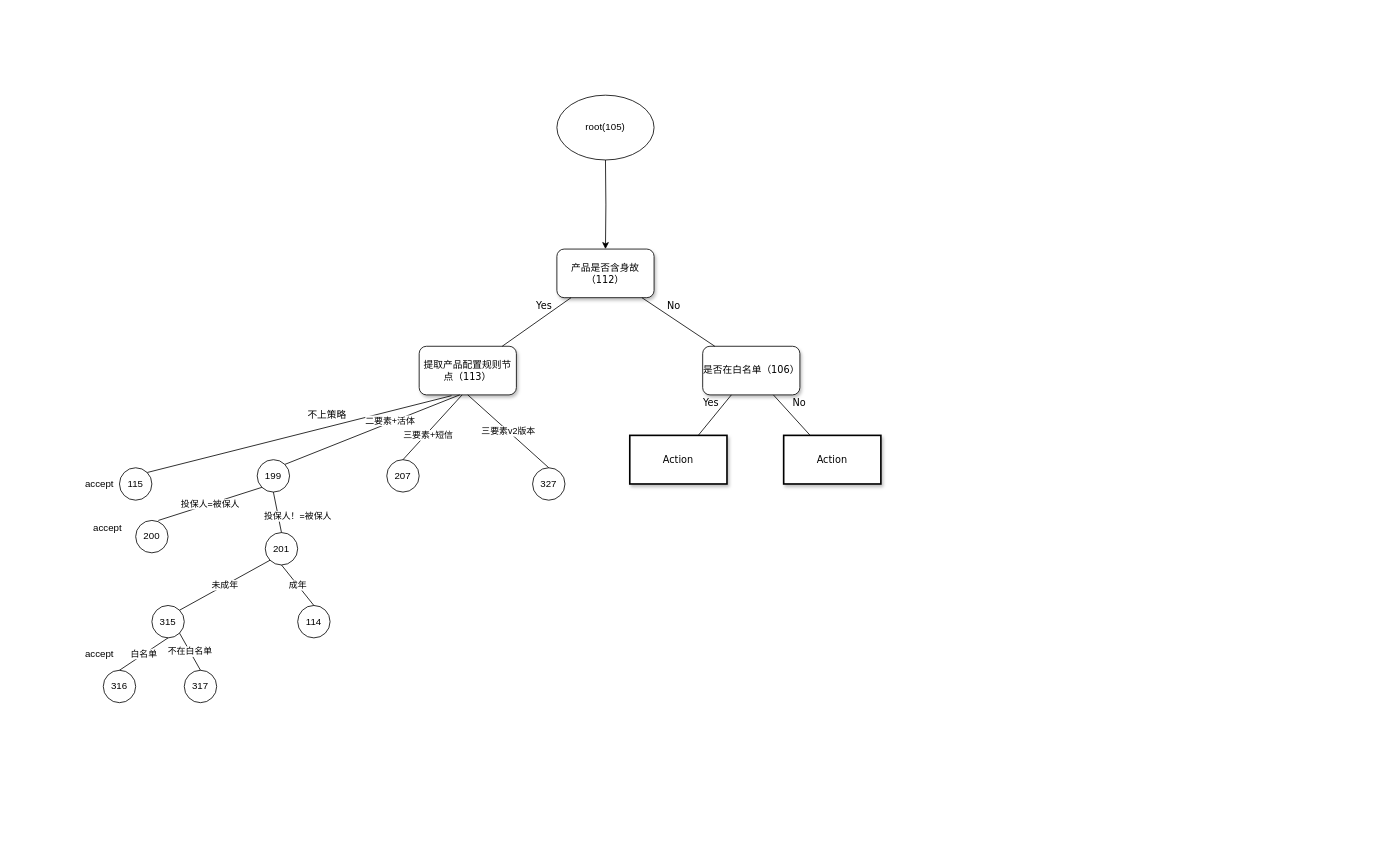
Above: 合规.drawio in North30/tupian (draw.io), before the change. Source tidied: cells renumbered, new cells numbered last; positions are measured from the earlier drawing's top-left corner, leaving out a move shared by most shapes. Both pictures are drawn from the tidied source at 81%, with x=0, y=0 at pixel (79, 95).
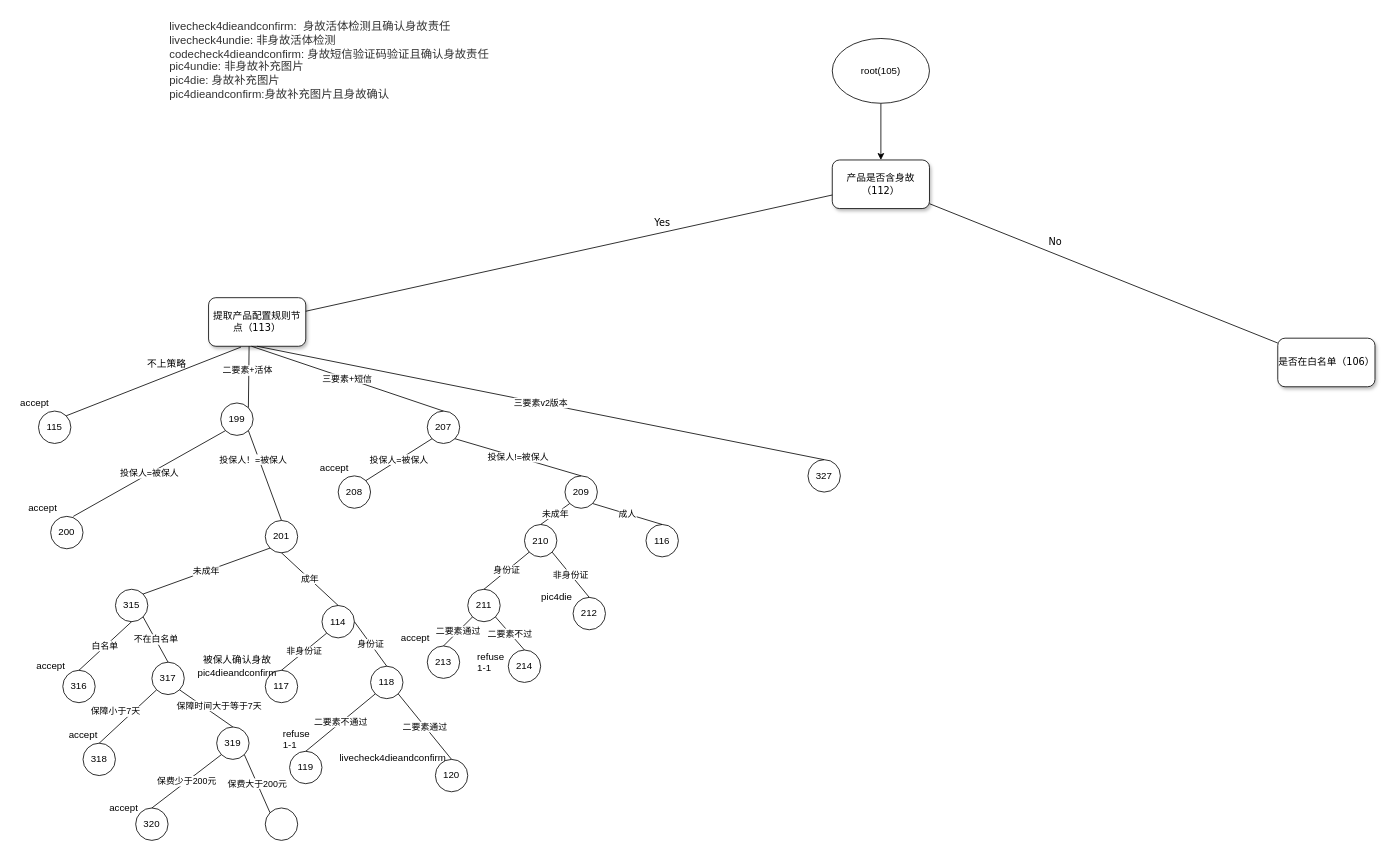
The same page after the edit.

The change refers to these unchanged cells:
```xml
<mxCell id="18" style="endArrow=none;html=1;entryX=0.442;entryY=1;entryDx=0;entryDy=0;entryPerimeter=0;exitX=0.5;exitY=0;exitDx=0;exitDy=0;" parent="1" edge="1" source="17" target="3">
  <mxGeometry relative="1" as="geometry" />
</mxCell>
```

What changed in the source:
```diff
@@
     <mxCell id="2" value="产品是否含身故（112）" style="whiteSpace=wrap;html=1;rounded=1;shadow=1;labelBackgroundColor=none;strokeWidth=1;fontFamily=Verdana;fontSize=12;align=center;" parent="1" vertex="1">
-      <mxGeometry x="590" y="190" width="120" height="60" as="geometry" />
+      <mxGeometry x="930" y="80" width="120" height="60" as="geometry" />
     </mxCell>
     <mxCell id="3" value="提取产品配置规则节点（113）" style="whiteSpace=wrap;html=1;rounded=1;shadow=1;labelBackgroundColor=none;strokeWidth=1;fontFamily=Verdana;fontSize=12;align=center;" parent="1" vertex="1">
-      <mxGeometry x="420" y="310" width="120" height="60" as="geometry" />
+      <mxGeometry x="160" y="250" width="120" height="60" as="geometry" />
     </mxCell>
     <mxCell id="4" value="是否在白名单（106）" style="whiteSpace=wrap;html=1;rounded=1;shadow=1;labelBackgroundColor=none;strokeWidth=1;fontFamily=Verdana;fontSize=12;align=center;" parent="1" vertex="1">
-      <mxGeometry x="770" y="310" width="120" height="60" as="geometry" />
+      <mxGeometry x="1480" y="300" width="120" height="60" as="geometry" />
     </mxCell>
@@
-    <mxCell id="7" value="&lt;span&gt;Action&lt;/span&gt;" style="whiteSpace=wrap;html=1;rounded=0;shadow=1;labelBackgroundColor=none;strokeWidth=2;fontFamily=Verdana;fontSize=12;align=center;" parent="1" vertex="1">
-      <mxGeometry x="680" y="420" width="120" height="60" as="geometry" />
-    </mxCell>
-    <mxCell id="8" value="&lt;span&gt;Action&lt;/span&gt;" style="whiteSpace=wrap;html=1;rounded=0;shadow=1;labelBackgroundColor=none;strokeWidth=2;fontFamily=Verdana;fontSize=12;align=center;" parent="1" vertex="1">
-      <mxGeometry x="870" y="420" width="120" height="60" as="geometry" />
-    </mxCell>
@@
-    <mxCell id="10" value="Yes" style="rounded=0;html=1;labelBackgroundColor=none;startArrow=none;startFill=0;startSize=5;endArrow=none;endFill=0;endSize=5;jettySize=auto;strokeWidth=1;fontFamily=Verdana;fontSize=12;" parent="1" edge="1" source="4" target="7">
-      <mxGeometry x="-0.26" y="-13" relative="1" as="geometry" />
-    </mxCell>
-    <mxCell id="11" value="No" style="rounded=0;html=1;labelBackgroundColor=none;startArrow=none;startFill=0;startSize=5;endArrow=none;endFill=0;endSize=5;jettySize=auto;strokeWidth=1;fontFamily=Verdana;fontSize=12;" parent="1" edge="1" source="4" target="8">
-      <mxGeometry x="-0.13" y="17" relative="1" as="geometry" />
-    </mxCell>
+    <mxCell id="37" style="edgeStyle=orthogonalEdgeStyle;rounded=0;jettySize=auto;html=1;" parent="1" edge="1" source="12" target="2">
+      <mxGeometry relative="1" as="geometry" />
+    </mxCell>
     <mxCell id="12" value="root(105)" style="ellipse;whiteSpace=wrap;html=1;" parent="1" vertex="1">
-      <mxGeometry x="590" width="120" height="80" as="geometry" />
+      <mxGeometry x="930" y="-70" width="120" height="80" as="geometry" />
     </mxCell>
-    <mxCell id="13" style="edgeStyle=orthogonalEdgeStyle;rounded=0;jettySize=auto;html=1;entryX=0.5;entryY=0;entryDx=0;entryDy=0;" parent="1" edge="1" target="2">
-      <mxGeometry relative="1" as="geometry">
-        <mxPoint x="650" y="80" as="sourcePoint" />
-      </mxGeometry>
-    </mxCell>
@@
     <mxCell id="15" value="115" style="ellipse;whiteSpace=wrap;html=1;" parent="1" vertex="1">
-      <mxGeometry x="50" y="460" width="40" height="40" as="geometry" />
+      <mxGeometry x="-50" y="390" width="40" height="40" as="geometry" />
     </mxCell>
     <mxCell id="16" value="199" style="ellipse;whiteSpace=wrap;html=1;" parent="1" vertex="1">
-      <mxGeometry x="220" y="450" width="40" height="40" as="geometry" />
+      <mxGeometry x="175" y="380" width="40" height="40" as="geometry" />
     </mxCell>
     <mxCell id="17" value="207" style="ellipse;whiteSpace=wrap;html=1;" parent="1" vertex="1">
-      <mxGeometry x="380" y="450" width="40" height="40" as="geometry" />
+      <mxGeometry x="430" y="390" width="40" height="40" as="geometry" />
     </mxCell>
@@
     <mxCell id="19" value="三要素+短信" style="edgeLabel;html=1;align=center;verticalAlign=middle;" parent="18" vertex="1">
       <mxGeometry x="0.24" y="1" relative="1" as="geometry">
-        <mxPoint x="-14.4" y="20.1" as="offset" />
+        <mxPoint x="27.2" y="8.6" as="offset" />
       </mxGeometry>
     </mxCell>
     <mxCell id="20" value="327" style="ellipse;whiteSpace=wrap;html=1;" parent="1" vertex="1">
-      <mxGeometry x="560" y="460" width="40" height="40" as="geometry" />
+      <mxGeometry x="900" y="450" width="40" height="40" as="geometry" />
     </mxCell>
@@
     <mxCell id="22" value="accept" style="text;html=1;align=center;verticalAlign=middle;" parent="1" vertex="1">
-      <mxGeometry y="470" width="50" height="20" as="geometry" />
+      <mxGeometry x="-80" y="370" width="50" height="20" as="geometry" />
     </mxCell>
     <mxCell id="23" value="200" style="ellipse;whiteSpace=wrap;html=1;" parent="1" vertex="1">
-      <mxGeometry x="70" y="525" width="40" height="40" as="geometry" />
+      <mxGeometry x="-35" y="520" width="40" height="40" as="geometry" />
     </mxCell>
     <mxCell id="24" value="201" style="ellipse;whiteSpace=wrap;html=1;" parent="1" vertex="1">
-      <mxGeometry x="230" y="540" width="40" height="40" as="geometry" />
+      <mxGeometry x="230" y="525" width="40" height="40" as="geometry" />
     </mxCell>
@@
-    <mxCell id="26" value="投保人！=被保人" style="endArrow=none;html=1;entryX=0.5;entryY=1;entryDx=0;entryDy=0;exitX=0.5;exitY=0;exitDx=0;exitDy=0;" parent="1" edge="1" source="24" target="16">
-      <mxGeometry x="-0.38" y="-24" relative="1" as="geometry" />
+    <mxCell id="26" value="投保人！=被保人" style="endArrow=none;html=1;exitX=0.5;exitY=0;exitDx=0;exitDy=0;entryX=1;entryY=1;entryDx=0;entryDy=0;" parent="1" edge="1" source="24" target="16">
+      <mxGeometry x="0.38" y="7" relative="1" as="geometry" />
     </mxCell>
     <mxCell id="27" value="accept" style="text;html=1;align=center;verticalAlign=middle;" parent="1" vertex="1">
-      <mxGeometry x="10" y="525" width="50" height="20" as="geometry" />
+      <mxGeometry x="-70" y="500" width="50" height="20" as="geometry" />
     </mxCell>
     <mxCell id="28" value="315" style="ellipse;whiteSpace=wrap;html=1;" parent="1" vertex="1">
-      <mxGeometry x="90" y="630" width="40" height="40" as="geometry" />
+      <mxGeometry x="45" y="610" width="40" height="40" as="geometry" />
     </mxCell>
     <mxCell id="29" value="114" style="ellipse;whiteSpace=wrap;html=1;" parent="1" vertex="1">
-      <mxGeometry x="270" y="630" width="40" height="40" as="geometry" />
+      <mxGeometry x="300" y="630" width="40" height="40" as="geometry" />
     </mxCell>
@@
     <mxCell id="32" value="316" style="ellipse;whiteSpace=wrap;html=1;" parent="1" vertex="1">
-      <mxGeometry x="30" y="710" width="40" height="40" as="geometry" />
+      <mxGeometry x="-20" y="710" width="40" height="40" as="geometry" />
     </mxCell>
@@
     <mxCell id="34" value="317" style="ellipse;whiteSpace=wrap;html=1;" parent="1" vertex="1">
-      <mxGeometry x="130" y="710" width="40" height="40" as="geometry" />
+      <mxGeometry x="90" y="700" width="40" height="40" as="geometry" />
     </mxCell>
     <mxCell id="35" value="accept" style="text;html=1;align=center;verticalAlign=middle;" parent="1" vertex="1">
-      <mxGeometry y="680" width="50" height="20" as="geometry" />
+      <mxGeometry x="-60" y="695" width="50" height="20" as="geometry" />
     </mxCell>
@@
+    <mxCell id="38" value="318" style="ellipse;whiteSpace=wrap;html=1;" parent="1" vertex="1">
+      <mxGeometry x="5" y="800" width="40" height="40" as="geometry" />
+    </mxCell>
+    <mxCell id="39" value="319" style="ellipse;whiteSpace=wrap;html=1;" parent="1" vertex="1">
+      <mxGeometry x="170" y="780" width="40" height="40" as="geometry" />
+    </mxCell>
+    <mxCell id="40" style="endArrow=none;html=1;entryX=0;entryY=1;entryDx=0;entryDy=0;exitX=0.5;exitY=0;exitDx=0;exitDy=0;" parent="1" edge="1" source="38" target="34">
+      <mxGeometry relative="1" as="geometry" />
+    </mxCell>
+    <mxCell id="41" value="保障小于7天" style="edgeLabel;html=1;align=center;verticalAlign=middle;" parent="40" vertex="1">
+      <mxGeometry x="0.29" y="-4" relative="1" as="geometry">
+        <mxPoint x="-28.4" as="offset" />
+      </mxGeometry>
+    </mxCell>
+    <mxCell id="42" value="accept" style="text;html=1;align=center;verticalAlign=middle;" parent="1" vertex="1">
+      <mxGeometry x="-20" y="780" width="50" height="20" as="geometry" />
+    </mxCell>
+    <mxCell id="43" value="保障时间大于等于7天" style="endArrow=none;html=1;entryX=1;entryY=1;entryDx=0;entryDy=0;exitX=0.5;exitY=0;exitDx=0;exitDy=0;" parent="1" edge="1" source="39" target="34">
+      <mxGeometry x="-0.27" y="-12" relative="1" as="geometry" />
+    </mxCell>
+    <mxCell id="44" value="320" style="ellipse;whiteSpace=wrap;html=1;" parent="1" vertex="1">
+      <mxGeometry x="70" y="880" width="40" height="40" as="geometry" />
+    </mxCell>
+    <mxCell id="45" value="保费少于200元" style="endArrow=none;html=1;entryX=0;entryY=1;entryDx=0;entryDy=0;exitX=0.5;exitY=0;exitDx=0;exitDy=0;" parent="1" edge="1" source="44" target="39">
+      <mxGeometry relative="1" as="geometry" />
+    </mxCell>
+    <mxCell id="46" value="accept" style="text;html=1;align=center;verticalAlign=middle;" parent="1" vertex="1">
+      <mxGeometry x="30" y="870" width="50" height="20" as="geometry" />
+    </mxCell>
+    <mxCell id="47" style="ellipse;whiteSpace=wrap;html=1;" parent="1" vertex="1">
+      <mxGeometry x="230" y="880" width="40" height="40" as="geometry" />
+    </mxCell>
+    <mxCell id="48" value="保费大于200元" style="endArrow=none;html=1;entryX=1;entryY=1;entryDx=0;entryDy=0;exitX=0;exitY=0;exitDx=0;exitDy=0;" parent="1" edge="1" source="47" target="39">
+      <mxGeometry relative="1" as="geometry" />
+    </mxCell>
+    <mxCell id="49" value="117" style="ellipse;whiteSpace=wrap;html=1;" parent="1" vertex="1">
+      <mxGeometry x="230" y="710" width="40" height="40" as="geometry" />
+    </mxCell>
+    <mxCell id="50" value="非身份证" style="endArrow=none;html=1;entryX=0;entryY=1;entryDx=0;entryDy=0;exitX=0.5;exitY=0;exitDx=0;exitDy=0;" parent="1" edge="1" source="49" target="29">
+      <mxGeometry relative="1" as="geometry" />
+    </mxCell>
+    <mxCell id="51" value="被保人确认身故&lt;br&gt;pic4dieandconfirm" style="text;html=1;align=center;verticalAlign=middle;" parent="1" vertex="1">
+      <mxGeometry x="140" y="690" width="110" height="30" as="geometry" />
+    </mxCell>
+    <mxCell id="52" value="118" style="ellipse;whiteSpace=wrap;html=1;" parent="1" vertex="1">
+      <mxGeometry x="360" y="705" width="40" height="40" as="geometry" />
+    </mxCell>
+    <mxCell id="53" value="身份证" style="endArrow=none;html=1;entryX=1;entryY=0.5;entryDx=0;entryDy=0;exitX=0.5;exitY=0;exitDx=0;exitDy=0;" parent="1" edge="1" source="52" target="29">
+      <mxGeometry relative="1" as="geometry" />
+    </mxCell>
+    <mxCell id="54" value="119" style="ellipse;whiteSpace=wrap;html=1;" parent="1" vertex="1">
+      <mxGeometry x="260" y="810" width="40" height="40" as="geometry" />
+    </mxCell>
+    <mxCell id="55" value="二要素不通过" style="endArrow=none;html=1;entryX=0;entryY=1;entryDx=0;entryDy=0;exitX=0.5;exitY=0;exitDx=0;exitDy=0;" parent="1" edge="1" source="54" target="52">
+      <mxGeometry relative="1" as="geometry" />
+    </mxCell>
+    <mxCell id="56" value="120" style="ellipse;whiteSpace=wrap;html=1;" parent="1" vertex="1">
+      <mxGeometry x="440" y="820" width="40" height="40" as="geometry" />
+    </mxCell>
+    <mxCell id="57" value="二要素通过" style="endArrow=none;html=1;entryX=1;entryY=1;entryDx=0;entryDy=0;exitX=0.5;exitY=0;exitDx=0;exitDy=0;" parent="1" edge="1" source="56" target="52">
+      <mxGeometry relative="1" as="geometry" />
+    </mxCell>
+    <mxCell id="58" value="refuse&amp;nbsp;&lt;br&gt;1-1" style="text;whiteSpace=wrap;html=1;" parent="1" vertex="1">
+      <mxGeometry x="250" y="775" width="40" height="30" as="geometry" />
+    </mxCell>
+    <mxCell id="59" value="livecheck4dieandconfirm" style="text;whiteSpace=wrap;html=1;" parent="1" vertex="1">
+      <mxGeometry x="320" y="805" width="160" height="30" as="geometry" />
+    </mxCell>
+    <mxCell id="60" value="&lt;span style=&quot;color: rgb(50, 50, 50); font-size: 14px; font-style: normal; font-weight: 400; letter-spacing: normal; text-align: left; text-indent: 0px; text-transform: none; word-spacing: 0px; background-color: rgba(255, 255, 255, 0.01); display: inline; float: none;&quot;&gt;livecheck4dieandconfirm:&amp;nbsp;&amp;nbsp;身故活体检测且确认身故责任&lt;/span&gt;&lt;br style=&quot;color: rgb(50, 50, 50); font-size: 14px; font-style: normal; font-weight: 400; letter-spacing: normal; text-align: left; text-indent: 0px; text-transform: none; word-spacing: 0px; background-color: rgba(255, 255, 255, 0.01);&quot;&gt;&lt;div style=&quot;resize: none; outline: 0px; font-size: 14px; color: rgb(50, 50, 50); font-style: normal; font-weight: 400; letter-spacing: normal; text-align: left; text-indent: 0px; text-transform: none; word-spacing: 0px; background-color: rgba(255, 255, 255, 0.01);&quot;&gt;&lt;/div&gt;&lt;span style=&quot;color: rgb(50, 50, 50); font-size: 14px; font-style: normal; font-weight: 400; letter-spacing: normal; text-align: left; text-indent: 0px; text-transform: none; word-spacing: 0px; background-color: rgba(255, 255, 255, 0.01); display: inline; float: none;&quot;&gt;livecheck4undie: 非身故活体检测&lt;/span&gt;&lt;br style=&quot;color: rgb(50, 50, 50); font-size: 14px; font-style: normal; font-weight: 400; letter-spacing: normal; text-align: left; text-indent: 0px; text-transform: none; word-spacing: 0px; background-color: rgba(255, 255, 255, 0.01);&quot;&gt;&lt;div style=&quot;resize: none; outline: 0px; font-size: 14px; color: rgb(50, 50, 50); font-style: normal; font-weight: 400; letter-spacing: normal; text-align: left; text-indent: 0px; text-transform: none; word-spacing: 0px; background-color: rgba(255, 255, 255, 0.01);&quot;&gt;&lt;/div&gt;&lt;span style=&quot;color: rgb(50, 50, 50); font-size: 14px; font-style: normal; font-weight: 400; letter-spacing: normal; text-align: left; text-indent: 0px; text-transform: none; word-spacing: 0px; background-color: rgba(255, 255, 255, 0.01); display: inline; float: none;&quot;&gt;codecheck4dieandconfirm: 身故短信验证码验证且确认身故责任&lt;/span&gt;&lt;br style=&quot;color: rgb(50, 50, 50); font-size: 14px; font-style: normal; font-weight: 400; letter-spacing: normal; text-align: left; text-indent: 0px; text-transform: none; word-spacing: 0px; background-color: rgba(255, 255, 255, 0.01);&quot;&gt;&lt;div style=&quot;resize: none; outline: 0px; font-size: 14px; color: rgb(50, 50, 50); font-style: normal; font-weight: 400; letter-spacing: normal; text-align: left; text-indent: 0px; text-transform: none; word-spacing: 0px; background-color: rgba(255, 255, 255, 0.01);&quot;&gt;&lt;/div&gt;&lt;span style=&quot;color: rgb(50, 50, 50); font-size: 14px; font-style: normal; font-weight: 400; letter-spacing: normal; text-align: left; text-indent: 0px; text-transform: none; word-spacing: 0px; background-color: rgba(255, 255, 255, 0.01); display: inline; float: none;&quot;&gt;pic4undie: 非身故补充图片&lt;/span&gt;&lt;br style=&quot;color: rgb(50, 50, 50); font-size: 14px; font-style: normal; font-weight: 400; letter-spacing: normal; text-align: left; text-indent: 0px; text-transform: none; word-spacing: 0px; background-color: rgba(255, 255, 255, 0.01);&quot;&gt;&lt;div style=&quot;resize: none; outline: 0px; font-size: 14px; color: rgb(50, 50, 50); font-style: normal; font-weight: 400; letter-spacing: normal; text-align: left; text-indent: 0px; text-transform: none; word-spacing: 0px; background-color: rgba(255, 255, 255, 0.01);&quot;&gt;&lt;/div&gt;&lt;span style=&quot;color: rgb(50, 50, 50); font-size: 14px; font-style: normal; font-weight: 400; letter-spacing: normal; text-align: left; text-indent: 0px; text-transform: none; word-spacing: 0px; background-color: rgba(255, 255, 255, 0.01); display: inline; float: none;&quot;&gt;pic4die: 身故补充图片&lt;/span&gt;&lt;br style=&quot;color: rgb(50, 50, 50); font-size: 14px; font-style: normal; font-weight: 400; letter-spacing: normal; text-align: left; text-indent: 0px; text-transform: none; word-spacing: 0px; background-color: rgba(255, 255, 255, 0.01);&quot;&gt;&lt;span style=&quot;color: rgb(50, 50, 50); font-size: 14px; font-style: normal; font-weight: 400; letter-spacing: normal; text-align: left; text-indent: 0px; text-transform: none; word-spacing: 0px; background-color: rgba(255, 255, 255, 0.01); display: inline; float: none;&quot;&gt;pic4dieandconfirm:身故补充图片且身故确认&lt;/span&gt;" style="text;whiteSpace=wrap;html=1;" parent="1" vertex="1">
+      <mxGeometry x="110" y="-100" width="420" height="110" as="geometry" />
+    </mxCell>
+    <mxCell id="61" value="208" style="ellipse;whiteSpace=wrap;html=1;" parent="1" vertex="1">
+      <mxGeometry x="320" y="470" width="40" height="40" as="geometry" />
+    </mxCell>
+    <mxCell id="62" value="投保人=被保人" style="endArrow=none;html=1;entryX=0;entryY=1;entryDx=0;entryDy=0;exitX=1;exitY=0;exitDx=0;exitDy=0;" parent="1" edge="1" source="61" target="17">
+      <mxGeometry relative="1" as="geometry" />
+    </mxCell>
+    <mxCell id="63" value="accept" style="text;html=1;align=center;verticalAlign=middle;" parent="1" vertex="1">
+      <mxGeometry x="290" y="450" width="50" height="20" as="geometry" />
+    </mxCell>
+    <mxCell id="64" value="209" style="ellipse;whiteSpace=wrap;html=1;" parent="1" vertex="1">
+      <mxGeometry x="600" y="470" width="40" height="40" as="geometry" />
+    </mxCell>
+    <mxCell id="65" value="投保人!=被保人" style="endArrow=none;html=1;exitX=0.5;exitY=0;exitDx=0;exitDy=0;entryX=1;entryY=1;entryDx=0;entryDy=0;" parent="1" edge="1" source="64" target="17">
+      <mxGeometry relative="1" as="geometry" />
+    </mxCell>
+    <mxCell id="66" value="210" style="ellipse;whiteSpace=wrap;html=1;" parent="1" vertex="1">
+      <mxGeometry x="550" y="530" width="40" height="40" as="geometry" />
+    </mxCell>
+    <mxCell id="67" value="未成年" style="endArrow=none;html=1;entryX=0;entryY=1;entryDx=0;entryDy=0;exitX=0.5;exitY=0;exitDx=0;exitDy=0;" parent="1" edge="1" source="66" target="64">
+      <mxGeometry relative="1" as="geometry" />
+    </mxCell>
+    <mxCell id="68" value="116" style="ellipse;whiteSpace=wrap;html=1;" parent="1" vertex="1">
+      <mxGeometry x="700" y="530" width="40" height="40" as="geometry" />
+    </mxCell>
+    <mxCell id="69" value="成人" style="endArrow=none;html=1;entryX=1;entryY=1;entryDx=0;entryDy=0;exitX=0.5;exitY=0;exitDx=0;exitDy=0;" parent="1" edge="1" source="68" target="64">
+      <mxGeometry relative="1" as="geometry" />
+    </mxCell>
+    <mxCell id="70" value="211" style="ellipse;whiteSpace=wrap;html=1;" parent="1" vertex="1">
+      <mxGeometry x="480" y="610" width="40" height="40" as="geometry" />
+    </mxCell>
+    <mxCell id="71" value="212" style="ellipse;whiteSpace=wrap;html=1;" parent="1" vertex="1">
+      <mxGeometry x="610" y="620" width="40" height="40" as="geometry" />
+    </mxCell>
+    <mxCell id="72" value="身份证" style="endArrow=none;html=1;entryX=0;entryY=1;entryDx=0;entryDy=0;exitX=0.5;exitY=0;exitDx=0;exitDy=0;" parent="1" edge="1" source="70" target="66">
+      <mxGeometry relative="1" as="geometry" />
+    </mxCell>
+    <mxCell id="73" value="非身份证" style="endArrow=none;html=1;entryX=1;entryY=1;entryDx=0;entryDy=0;exitX=0.5;exitY=0;exitDx=0;exitDy=0;" parent="1" edge="1" source="71" target="66">
+      <mxGeometry relative="1" as="geometry" />
+    </mxCell>
+    <mxCell id="74" value="213" style="ellipse;whiteSpace=wrap;html=1;" parent="1" vertex="1">
+      <mxGeometry x="430" y="680" width="40" height="40" as="geometry" />
+    </mxCell>
+    <mxCell id="75" value="二要素通过" style="endArrow=none;html=1;entryX=0;entryY=1;entryDx=0;entryDy=0;exitX=0.5;exitY=0;exitDx=0;exitDy=0;" parent="1" edge="1" source="74" target="70">
+      <mxGeometry relative="1" as="geometry" />
+    </mxCell>
+    <mxCell id="76" value="accept" style="text;html=1;align=center;verticalAlign=middle;" parent="1" vertex="1">
+      <mxGeometry x="390" y="660" width="50" height="20" as="geometry" />
+    </mxCell>
+    <mxCell id="77" value="214" style="ellipse;whiteSpace=wrap;html=1;" parent="1" vertex="1">
+      <mxGeometry x="530" y="685" width="40" height="40" as="geometry" />
+    </mxCell>
+    <mxCell id="78" value="二要素不过" style="endArrow=none;html=1;entryX=1;entryY=1;entryDx=0;entryDy=0;exitX=0.5;exitY=0;exitDx=0;exitDy=0;" parent="1" edge="1" source="77" target="70">
+      <mxGeometry relative="1" as="geometry" />
+    </mxCell>
+    <mxCell id="79" value="refuse&amp;nbsp;&lt;br&gt;1-1" style="text;whiteSpace=wrap;html=1;" parent="1" vertex="1">
+      <mxGeometry x="490" y="680" width="40" height="30" as="geometry" />
+    </mxCell>
+    <mxCell id="80" value="pic4die" style="text;html=1;strokeColor=none;fillColor=none;align=center;verticalAlign=middle;whiteSpace=wrap;rounded=0;" parent="1" vertex="1">
+      <mxGeometry x="570" y="610" width="40" height="20" as="geometry" />
+    </mxCell>
```
